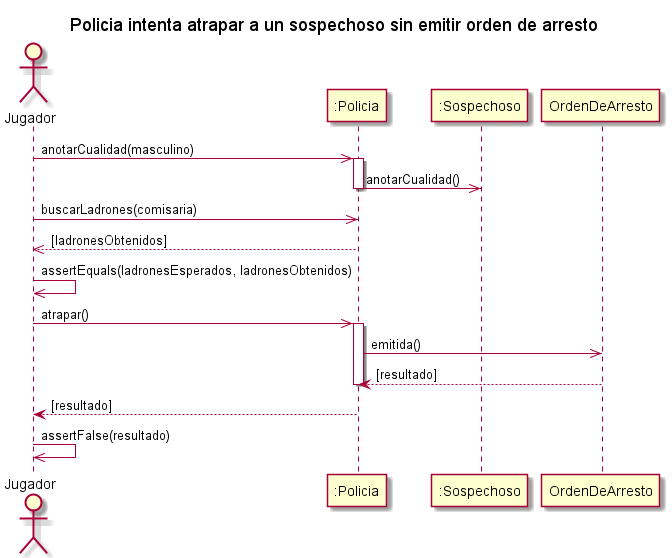
This is diagrams/sequences/entrega2/DS_IntentoDeAtraparASospechosoSinOrdenDeArresto.png from kmu01/Algo3_tp2, a PlantUML export, as it was before one commit.
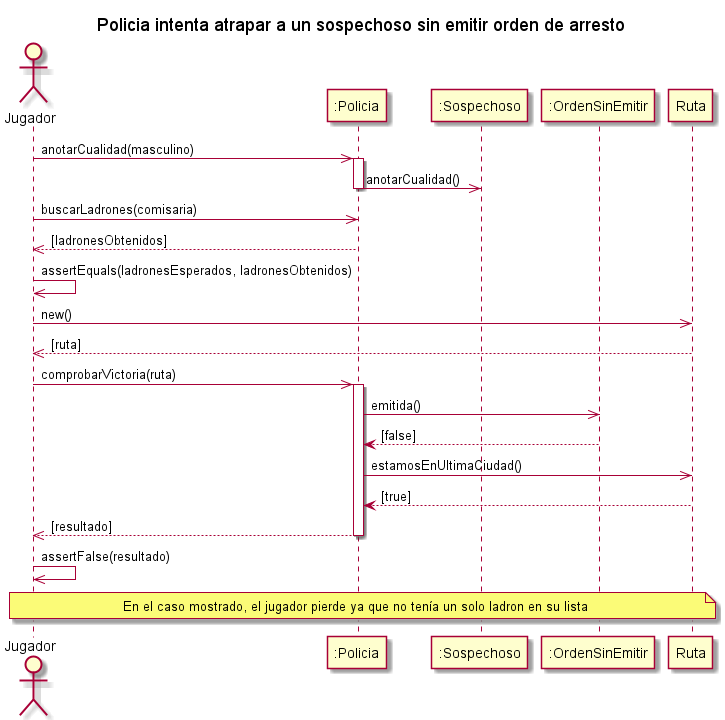
The same diagram one commit later.

Commit message:
Cambio mínimo DS

The edit, as a diff of the source:
```diff
@@ -4,7 +4,7 @@
 actor "Jugador" as AlgoThief
 participant ":Policia" as Policia
 participant ":Sospechoso" as Sospechoso
-participant "OrdenDeArresto" as Orden
+participant ":OrdenSinEmitir" as Orden
 AlgoThief ->> Policia : anotarCualidad(masculino)
 activate Policia
     Policia ->> Sospechoso : anotarCualidad()
@@ -12,12 +12,18 @@
 AlgoThief ->> Policia : buscarLadrones(comisaria)
 return[ladronesObtenidos]
 AlgoThief ->> AlgoThief : assertEquals(ladronesEsperados, ladronesObtenidos)
-AlgoThief ->> Policia : atrapar()
+
+AlgoThief ->> Ruta : new()
+return[ruta]
+AlgoThief ->> Policia : comprobarVictoria(ruta)
 activate Policia
     Policia ->> Orden : emitida()
-    Orden --> Policia : [resultado]
+    Orden --> Policia : [false]
+    Policia ->> Ruta : estamosEnUltimaCiudad()
+    Ruta --> Policia : [true]
+    return[resultado]
 deactivate Policia
-Policia --> AlgoThief : [resultado]
 
 AlgoThief ->> AlgoThief : assertFalse(resultado)
+note across: En el caso mostrado, el jugador pierde ya que no tenía un solo ladron en su lista
 @enduml
```
